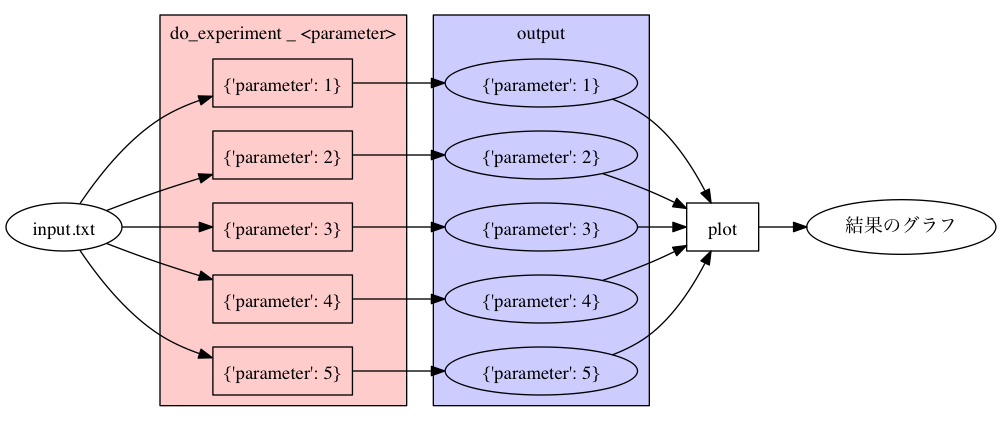
Earlier version of the Graphviz export document/source/figures/maf_experiment.png (pfi/maf). Its source is kept beside it as document/source/figures/maf_experiment.dot.
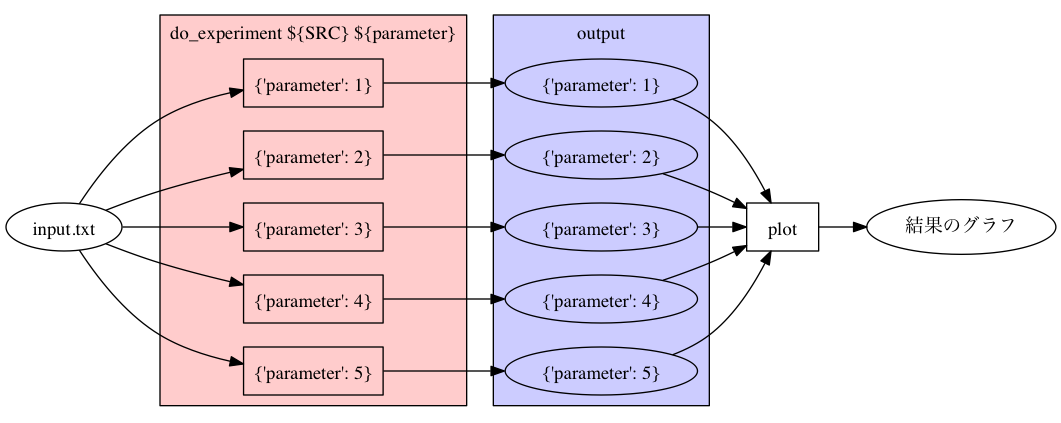
After the change.

Change to the diagram source:
```diff
@@ -4,7 +4,7 @@
   subgraph cluster_do {
     fillcolor="#FFCCCC"
     style=filled
-    label="do_experiment _ <parameter>"
+    label="do_experiment ${SRC} ${parameter}"
 
     do1 [shape=box, label="{'parameter': 1}"]
     do2 [shape=box, label="{'parameter': 2}"]
```
